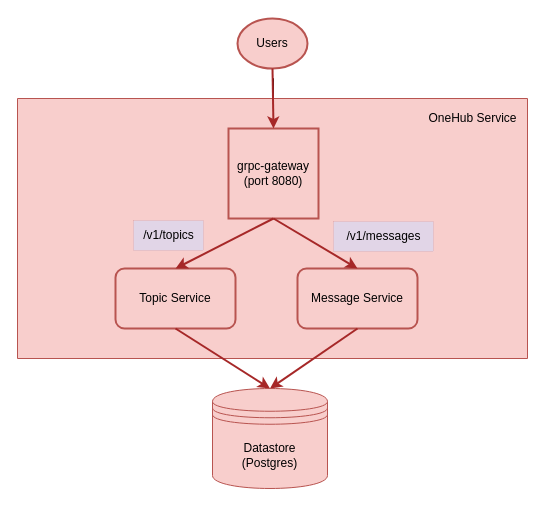
Before: page "Current Architecture" (1 of 2) of docs/Part8CurrProposedArchitecture.drawio in panyam/blog, a draw.io diagram. Source tidied: cells renumbered, new cells numbered last; positions are measured from the earlier drawing's top-left corner, leaving out a move shared by most shapes. Both pictures are drawn from the tidied source at 100%, with x=0, y=0 at pixel (17, 18).
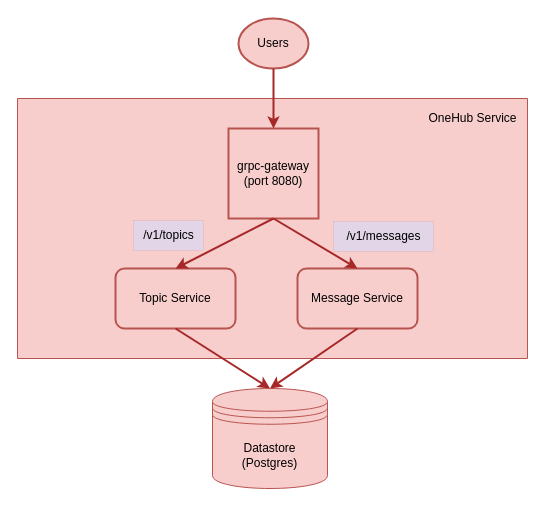
The same page after the edit.

Change to the diagram source:
```diff
@@
 <mxGraphModel>
   <root>
     <mxCell id="0" />
     <mxCell id="1" parent="0" />
-    <mxCell id="2" style="edgeStyle=orthogonalEdgeStyle;rounded=0;jettySize=auto;html=1;entryX=0.5;entryY=0;entryDx=0;entryDy=0;" parent="1" edge="1" source="3" target="5">
-      <mxGeometry relative="1" as="geometry" />
-    </mxCell>
     <mxCell id="3" style="verticalLabelPosition=bottom;verticalAlign=top;html=1;shape=mxgraph.basic.rect;fillColor2=none;strokeWidth=1;size=20;indent=5;fillColor=#f8cecc;strokeColor=#b85450;" parent="1" vertex="1">
       <mxGeometry y="80" width="510" height="260" as="geometry" />
     </mxCell>
     <mxCell id="4" value="Users" style="ellipse;whiteSpace=wrap;html=1;strokeWidth=2;fillColor=#f8cecc;strokeColor=#b85450;" parent="1" vertex="1">
-      <mxGeometry x="220" width="70" height="50" as="geometry" />
+      <mxGeometry x="221" width="70" height="50" as="geometry" />
     </mxCell>
     <mxCell id="5" value="grpc-gateway&lt;br&gt;(port 8080)" style="whiteSpace=wrap;html=1;fillColor=#f8cecc;strokeColor=#b85450;strokeWidth=2;" parent="1" vertex="1">
       <mxGeometry x="211" y="110" width="90" height="90" as="geometry" />
     </mxCell>
     <mxCell id="6" value="Topic Service" style="rounded=1;whiteSpace=wrap;html=1;fillColor=#f8cecc;strokeColor=#b85450;strokeWidth=2;" parent="1" vertex="1">
       <mxGeometry x="98" y="250" width="120" height="60" as="geometry" />
     </mxCell>
     <mxCell id="7" value="Message Service" style="rounded=1;whiteSpace=wrap;html=1;fillColor=#f8cecc;strokeColor=#b85450;strokeWidth=2;" parent="1" vertex="1">
       <mxGeometry x="280" y="250" width="120" height="60" as="geometry" />
     </mxCell>
     <mxCell id="8" style="endArrow=classic;html=1;rounded=0;exitX=0.5;exitY=1;exitDx=0;exitDy=0;entryX=0.5;entryY=0;entryDx=0;entryDy=0;strokeColor=#A62828;strokeWidth=2;fillColor=#e1d5e7;" parent="1" edge="1" source="5" target="6">
       <mxGeometry relative="1" as="geometry" />
     </mxCell>
     <mxCell id="9" style="endArrow=classic;html=1;rounded=0;exitX=0.5;exitY=1;exitDx=0;exitDy=0;entryX=0.5;entryY=0;entryDx=0;entryDy=0;strokeColor=#A62828;strokeWidth=2;fillColor=#e1d5e7;" parent="1" edge="1" source="5" target="7">
       <mxGeometry relative="1" as="geometry" />
     </mxCell>
     <mxCell id="10" style="endArrow=classic;html=1;rounded=0;exitX=0.5;exitY=1;exitDx=0;exitDy=0;strokeColor=#A62828;strokeWidth=2;fillColor=#e1d5e7;entryX=0.5;entryY=0;entryDx=0;entryDy=0;" parent="1" edge="1" source="7" target="15">
       <mxGeometry relative="1" as="geometry" />
     </mxCell>
     <mxCell id="11" style="endArrow=classic;html=1;rounded=0;exitX=0.5;exitY=1;exitDx=0;exitDy=0;strokeColor=#A62828;strokeWidth=2;fillColor=#e1d5e7;entryX=0.5;entryY=0;entryDx=0;entryDy=0;" parent="1" edge="1" source="6" target="15">
       <mxGeometry relative="1" as="geometry" />
     </mxCell>
     <mxCell id="12" value="/v1/topics" style="text;html=1;align=center;verticalAlign=middle;strokeColor=#A62828;fillColor=#e1d5e7;strokeWidth=0;" parent="1" vertex="1">
       <mxGeometry x="116" y="202" width="70" height="30" as="geometry" />
     </mxCell>
     <mxCell id="13" value="/v1/messages" style="text;html=1;align=center;verticalAlign=middle;strokeColor=#A62828;fillColor=#e1d5e7;strokeWidth=0;" parent="1" vertex="1">
       <mxGeometry x="316" y="203" width="100" height="30" as="geometry" />
     </mxCell>
     <mxCell id="14" style="endArrow=classic;html=1;rounded=0;exitX=0.5;exitY=1;exitDx=0;exitDy=0;entryX=0.5;entryY=0;entryDx=0;entryDy=0;strokeColor=#A62828;strokeWidth=2;fillColor=#e1d5e7;" parent="1" edge="1" source="4" target="5">
       <mxGeometry relative="1" as="geometry" />
     </mxCell>
     <mxCell id="15" value="Datastore&lt;br&gt;(Postgres)" style="shape=datastore;whiteSpace=wrap;html=1;fillColor=#f8cecc;strokeColor=#b85450;" parent="1" vertex="1">
       <mxGeometry x="195" y="370" width="115" height="100" as="geometry" />
     </mxCell>
     <mxCell id="16" value="OneHub Service" style="text;html=1;align=center;verticalAlign=middle;strokeColor=none;fillColor=none;" parent="1" vertex="1">
       <mxGeometry x="400" y="85" width="110" height="30" as="geometry" />
     </mxCell>
   </root>
 </mxGraphModel>
```
